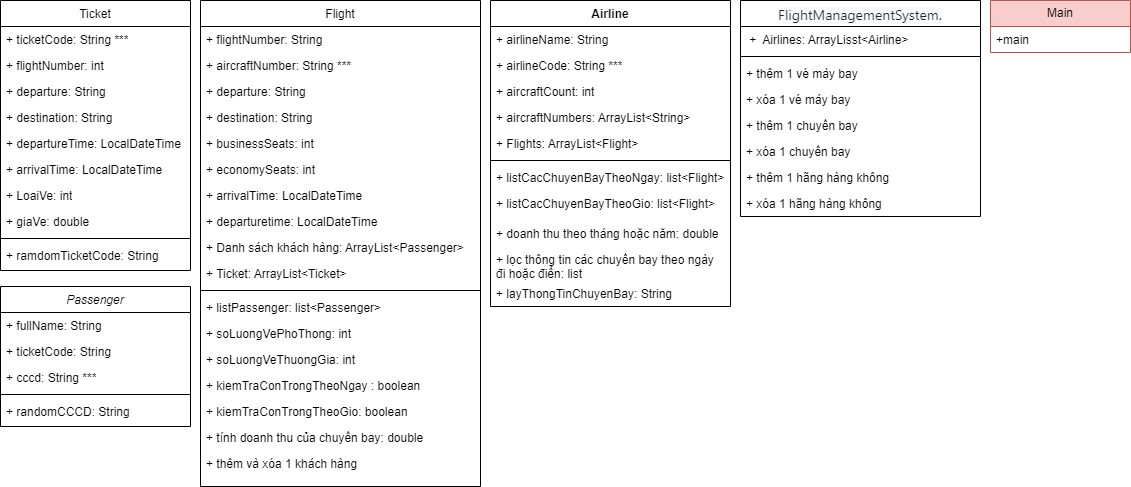
Earlier version of the draw.io export Untitled Diagram.drawio.png (TrinhChiAn/Nhom4_Java07). Source tidied: cells renumbered, new cells last; positions are measured from the earlier drawing's top-left corner, leaving out a move shared by most shapes.
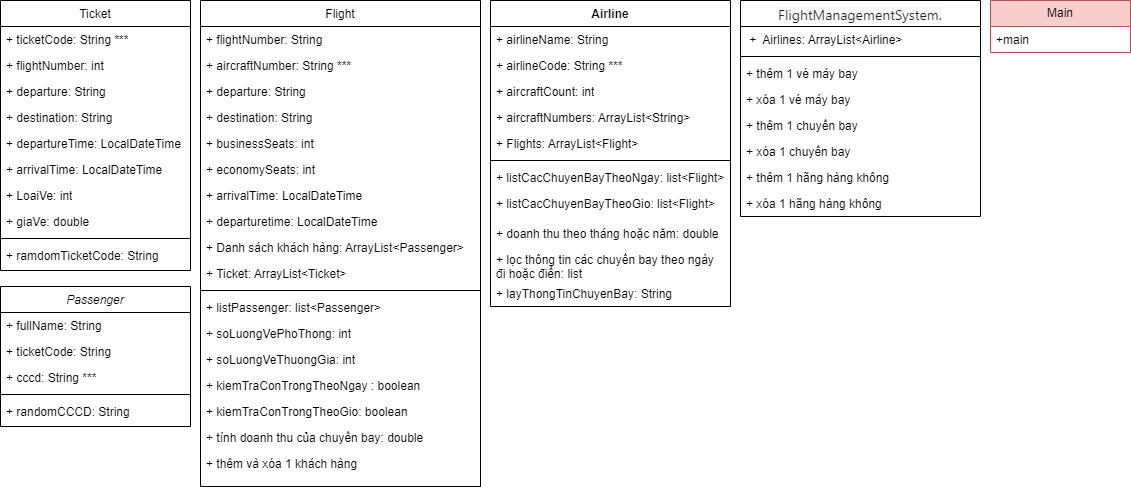
Later version of the same file.

Diff of the diagram source:
```diff
@@ -149,7 +149,7 @@
     <mxCell id="50" value="&lt;h3 style=&quot;border-color: var(--border-color); box-sizing: border-box; margin: 0px; font-size: 14px; font-weight: var(--base-text-weight-normal, 400); color: rgb(31, 35, 40); font-family: -apple-system, BlinkMacSystemFont, &amp;quot;Segoe UI&amp;quot;, &amp;quot;Noto Sans&amp;quot;, Helvetica, Arial, sans-serif, &amp;quot;Apple Color Emoji&amp;quot;, &amp;quot;Segoe UI Emoji&amp;quot;; text-align: left; background-color: rgb(246, 248, 250);&quot;&gt;&lt;div class=&quot;react-directory-truncate&quot; title=&quot;FlightManagementSystem.java&quot; aria-label=&quot;FlightManagementSystem.java&quot; style=&quot;border-color: var(--border-color); box-sizing: border-box; display: inline-block; max-width: 100%; overflow: hidden; text-overflow: ellipsis; vertical-align: top;&quot;&gt;&lt;a aria-describedby=&quot;item-type-24&quot; class=&quot;Link--primary&quot; href=&quot;https://github.com/TrinhChiAn/Nhom4_Java07/blob/main/FlightBookingSoftware/src/main/java/nhom4/java07/flightbookingsoftware/FlightManagementSystem.java&quot; style=&quot;border-color: var(--border-color); box-sizing: border-box; background-color: transparent;&quot;&gt;FlightManagementSystem.&lt;/a&gt;&lt;/div&gt;&lt;/h3&gt;" style="swimlane;fontStyle=1;align=center;verticalAlign=top;horizontal=1;startSize=26;whiteSpace=wrap;html=1;" parent="1" vertex="1">
       <mxGeometry x="740" width="240" height="216" as="geometry" />
     </mxCell>
-    <mxCell id="51" value="&amp;nbsp;+&amp;nbsp; Airlines: ArrayLisst&amp;lt;Airline&amp;gt;" style="text;strokeColor=none;fillColor=none;align=left;verticalAlign=top;spacingLeft=4;spacingRight=4;overflow=hidden;whiteSpace=wrap;html=1;" parent="50" vertex="1">
+    <mxCell id="51" value="&amp;nbsp;+&amp;nbsp; Airlines: ArrayList&amp;lt;Airline&amp;gt;" style="text;strokeColor=none;fillColor=none;align=left;verticalAlign=top;spacingLeft=4;spacingRight=4;overflow=hidden;whiteSpace=wrap;html=1;" parent="50" vertex="1">
       <mxGeometry y="26" width="240" height="26" as="geometry" />
     </mxCell>
     <mxCell id="52" style="line;strokeWidth=1;fillColor=none;align=left;verticalAlign=middle;spacingTop=-1;spacingLeft=3;spacingRight=3;labelPosition=right;strokeColor=inherit;" parent="50" vertex="1">
```
